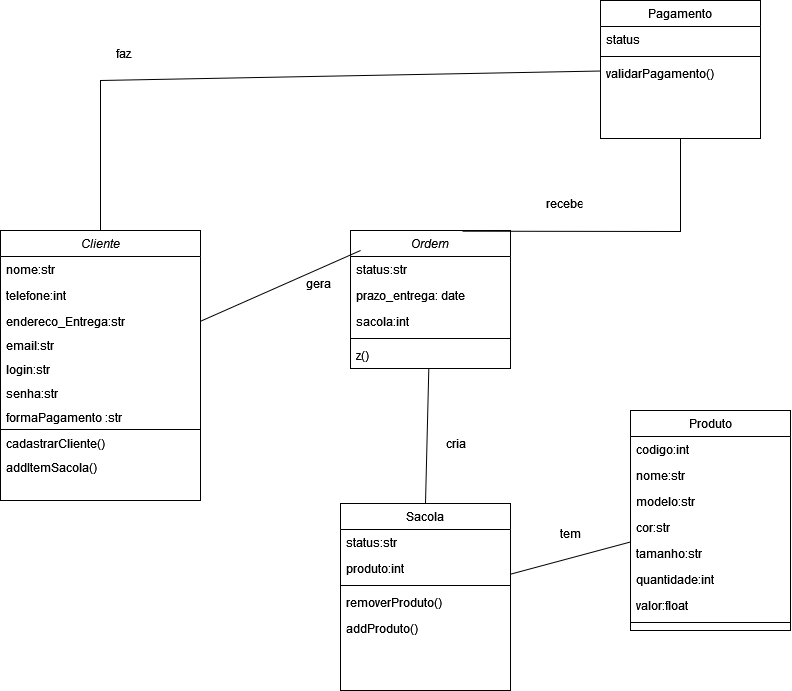
The draw.io diagram e-commerceB.drawio.png in Tpirate90/TP90, before a commit. Source tidied: cells renumbered, new cells last; positions are measured from the earlier drawing's top-left corner, leaving out a move shared by most shapes.
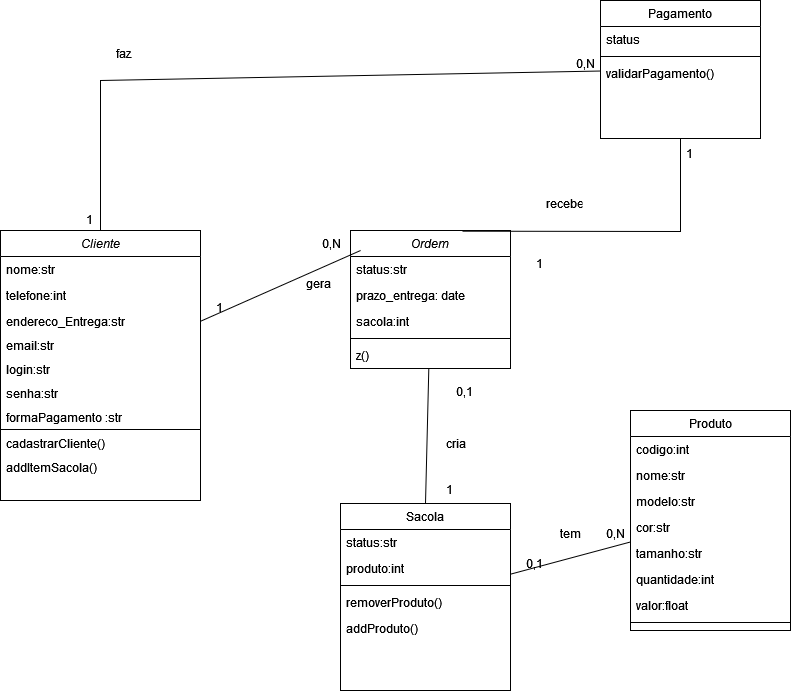
After the commit.

What changed in the source:
```diff
@@ -148,5 +148,35 @@
     <mxCell id="47" value="tem" style="text;align=left;verticalAlign=top;spacingLeft=4;spacingRight=4;overflow=hidden;rounded=0;shadow=0;html=0;" parent="1" vertex="1">
       <mxGeometry x="554" y="520" width="46" height="24" as="geometry" />
     </mxCell>
+    <mxCell id="48" value="1" style="text;align=left;verticalAlign=top;spacingLeft=4;spacingRight=4;overflow=hidden;rounded=0;shadow=0;html=0;" parent="1" vertex="1">
+      <mxGeometry x="80" y="206" width="20" height="24" as="geometry" />
+    </mxCell>
+    <mxCell id="49" value="1" style="text;align=left;verticalAlign=top;spacingLeft=4;spacingRight=4;overflow=hidden;rounded=0;shadow=0;html=0;" parent="1" vertex="1">
+      <mxGeometry x="680" y="140" width="20" height="24" as="geometry" />
+    </mxCell>
+    <mxCell id="50" value="1" style="text;align=left;verticalAlign=top;spacingLeft=4;spacingRight=4;overflow=hidden;rounded=0;shadow=0;html=0;" parent="1" vertex="1">
+      <mxGeometry x="530" y="250" width="20" height="24" as="geometry" />
+    </mxCell>
+    <mxCell id="51" value="0,N" style="text;align=left;verticalAlign=top;spacingLeft=4;spacingRight=4;overflow=hidden;rounded=0;shadow=0;html=0;" parent="1" vertex="1">
+      <mxGeometry x="600" y="520" width="30" height="24" as="geometry" />
+    </mxCell>
+    <mxCell id="52" value="1" style="text;align=left;verticalAlign=top;spacingLeft=4;spacingRight=4;overflow=hidden;rounded=0;shadow=0;html=0;" parent="1" vertex="1">
+      <mxGeometry x="440" y="476" width="20" height="24" as="geometry" />
+    </mxCell>
+    <mxCell id="53" value="0,N" style="text;align=left;verticalAlign=top;spacingLeft=4;spacingRight=4;overflow=hidden;rounded=0;shadow=0;html=0;" parent="1" vertex="1">
+      <mxGeometry x="316" y="230" width="30" height="24" as="geometry" />
+    </mxCell>
+    <mxCell id="54" value="0,1" style="text;align=left;verticalAlign=top;spacingLeft=4;spacingRight=4;overflow=hidden;rounded=0;shadow=0;html=0;" parent="1" vertex="1">
+      <mxGeometry x="520" y="550" width="30" height="24" as="geometry" />
+    </mxCell>
+    <mxCell id="55" value="0,1" style="text;align=left;verticalAlign=top;spacingLeft=4;spacingRight=4;overflow=hidden;rounded=0;shadow=0;html=0;" parent="1" vertex="1">
+      <mxGeometry x="450" y="378" width="30" height="24" as="geometry" />
+    </mxCell>
+    <mxCell id="56" value="1" style="text;align=left;verticalAlign=top;spacingLeft=4;spacingRight=4;overflow=hidden;rounded=0;shadow=0;html=0;" parent="1" vertex="1">
+      <mxGeometry x="210" y="294" width="20" height="24" as="geometry" />
+    </mxCell>
+    <mxCell id="57" value="0,N" style="text;align=left;verticalAlign=top;spacingLeft=4;spacingRight=4;overflow=hidden;rounded=0;shadow=0;html=0;" parent="1" vertex="1">
+      <mxGeometry x="570" y="50" width="30" height="24" as="geometry" />
+    </mxCell>
   </root>
 </mxGraphModel>
```
